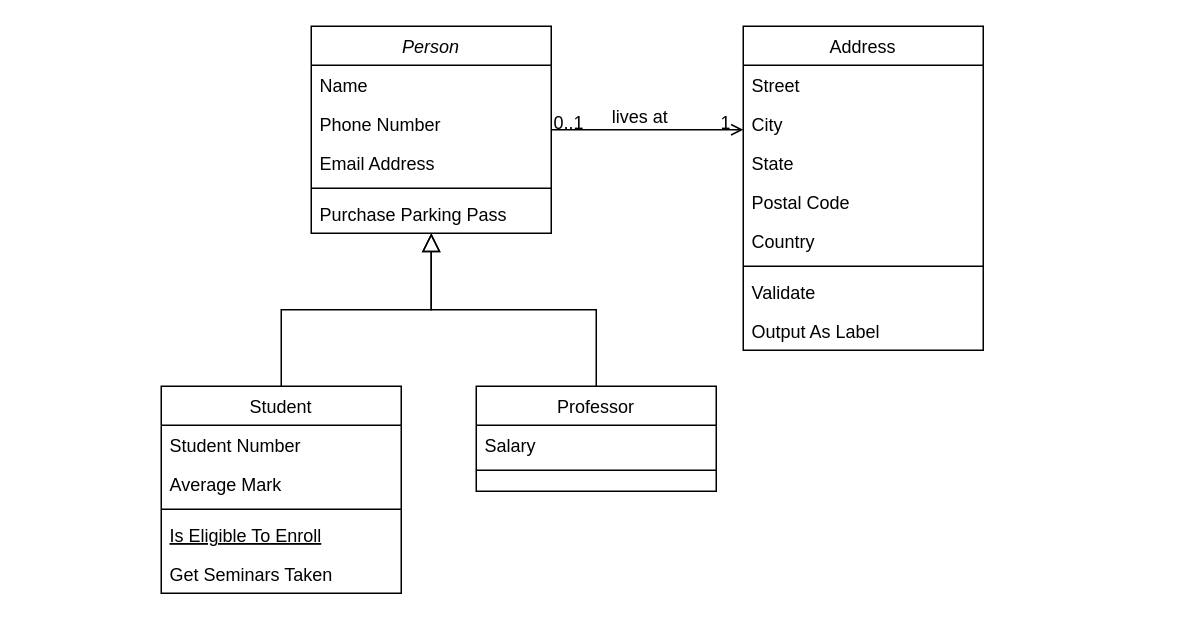
This is Untitled Diagram.drawio from MunteanRadu/EMSAppBackend, a draw.io file, before an edit. Source tidied: cells renumbered, new cells numbered last; positions are measured from the earlier drawing's top-left corner, leaving out a move shared by most shapes. Both pictures are drawn from the tidied source at 150%, with x=0, y=0 at pixel (160, 26).
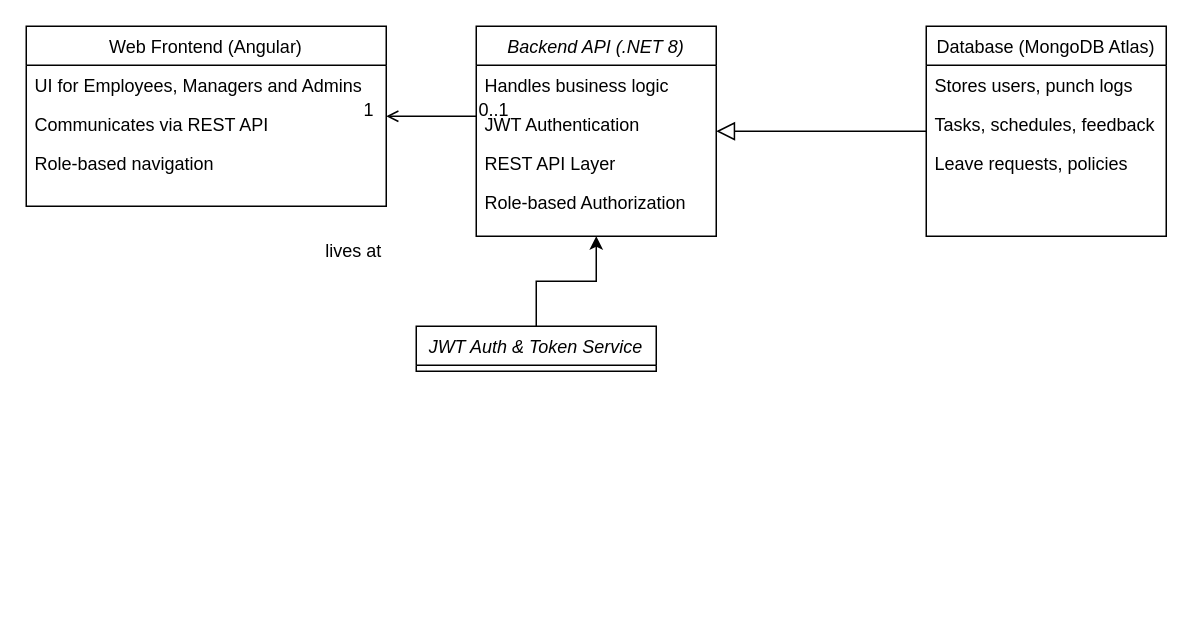
After the change.

What changed in the source:
```diff
@@
-    <mxCell id="2" value="Person" style="swimlane;fontStyle=2;align=center;verticalAlign=top;horizontal=1;startSize=26;rounded=0;shadow=0;strokeWidth=1;" parent="1" vertex="1">
-      <mxGeometry x="100" width="160" height="138" as="geometry" />
+    <mxCell id="2" value="Backend API (.NET 8)" style="swimlane;fontStyle=2;align=center;verticalAlign=top;horizontal=1;startSize=26;rounded=0;shadow=0;strokeWidth=1;" parent="1" vertex="1">
+      <mxGeometry x="210" width="160" height="140" as="geometry" />
     </mxCell>
-    <mxCell id="3" value="Name" style="text;align=left;verticalAlign=top;spacingLeft=4;spacingRight=4;overflow=hidden;" parent="2" vertex="1">
+    <mxCell id="3" value="Handles business logic" style="text;align=left;verticalAlign=top;spacingLeft=4;spacingRight=4;overflow=hidden;" parent="2" vertex="1">
       <mxGeometry y="26" width="160" height="26" as="geometry" />
     </mxCell>
-    <mxCell id="4" value="Phone Number" style="text;align=left;verticalAlign=top;spacingLeft=4;spacingRight=4;overflow=hidden;rounded=0;shadow=0;html=0;" parent="2" vertex="1">
+    <mxCell id="4" value="JWT Authentication" style="text;align=left;verticalAlign=top;spacingLeft=4;spacingRight=4;overflow=hidden;rounded=0;shadow=0;html=0;" parent="2" vertex="1">
       <mxGeometry y="52" width="160" height="26" as="geometry" />
     </mxCell>
+    <mxCell id="32" value="REST API Layer" style="text;align=left;verticalAlign=top;spacingLeft=4;spacingRight=4;overflow=hidden;rounded=0;shadow=0;html=0;" parent="2" vertex="1">
+      <mxGeometry y="78" width="160" height="26" as="geometry" />
+    </mxCell>
-    <mxCell id="5" value="Email Address" style="text;align=left;verticalAlign=top;spacingLeft=4;spacingRight=4;overflow=hidden;rounded=0;shadow=0;html=0;" parent="2" vertex="1">
-      <mxGeometry y="78" width="160" height="26" as="geometry" />
+    <mxCell id="5" value="Role-based Authorization" style="text;align=left;verticalAlign=top;spacingLeft=4;spacingRight=4;overflow=hidden;rounded=0;shadow=0;html=0;" parent="2" vertex="1">
+      <mxGeometry y="104" width="160" height="26" as="geometry" />
     </mxCell>
-    <mxCell id="6" style="line;html=1;strokeWidth=1;align=left;verticalAlign=middle;spacingTop=-1;spacingLeft=3;spacingRight=3;labelPosition=right;" parent="2" vertex="1">
-      <mxGeometry y="104" width="160" height="8" as="geometry" />
-    </mxCell>
-    <mxCell id="7" value="Purchase Parking Pass" style="text;align=left;verticalAlign=top;spacingLeft=4;spacingRight=4;overflow=hidden;" parent="2" vertex="1">
-      <mxGeometry y="112" width="160" height="26" as="geometry" />
-    </mxCell>
-    <mxCell id="8" value="Student" style="swimlane;fontStyle=0;align=center;verticalAlign=top;horizontal=1;startSize=26;rounded=0;shadow=0;strokeWidth=1;" parent="1" vertex="1">
-      <mxGeometry y="240" width="160" height="138" as="geometry" />
+    <mxCell id="8" value="Database (MongoDB Atlas)" style="swimlane;fontStyle=0;align=center;verticalAlign=top;horizontal=1;startSize=26;rounded=0;shadow=0;strokeWidth=1;" parent="1" vertex="1">
+      <mxGeometry x="510" width="160" height="140" as="geometry" />
     </mxCell>
-    <mxCell id="9" value="Student Number" style="text;align=left;verticalAlign=top;spacingLeft=4;spacingRight=4;overflow=hidden;" parent="8" vertex="1">
+    <mxCell id="9" value="Stores users, punch logs" style="text;align=left;verticalAlign=top;spacingLeft=4;spacingRight=4;overflow=hidden;" parent="8" vertex="1">
       <mxGeometry y="26" width="160" height="26" as="geometry" />
     </mxCell>
-    <mxCell id="10" value="Average Mark" style="text;align=left;verticalAlign=top;spacingLeft=4;spacingRight=4;overflow=hidden;rounded=0;shadow=0;html=0;" parent="8" vertex="1">
+    <mxCell id="10" value="Tasks, schedules, feedback" style="text;align=left;verticalAlign=top;spacingLeft=4;spacingRight=4;overflow=hidden;rounded=0;shadow=0;html=0;" parent="8" vertex="1">
       <mxGeometry y="52" width="160" height="26" as="geometry" />
     </mxCell>
-    <mxCell id="11" style="line;html=1;strokeWidth=1;align=left;verticalAlign=middle;spacingTop=-1;spacingLeft=3;spacingRight=3;labelPosition=right;" parent="8" vertex="1">
-      <mxGeometry y="78" width="160" height="8" as="geometry" />
-    </mxCell>
-    <mxCell id="12" value="Is Eligible To Enroll" style="text;align=left;verticalAlign=top;spacingLeft=4;spacingRight=4;overflow=hidden;fontStyle=4;" parent="8" vertex="1">
-      <mxGeometry y="86" width="160" height="26" as="geometry" />
-    </mxCell>
-    <mxCell id="13" value="Get Seminars Taken" style="text;align=left;verticalAlign=top;spacingLeft=4;spacingRight=4;overflow=hidden;" parent="8" vertex="1">
-      <mxGeometry y="112" width="160" height="26" as="geometry" />
-    </mxCell>
+    <mxCell id="33" value="Leave requests, policies" style="text;align=left;verticalAlign=top;spacingLeft=4;spacingRight=4;overflow=hidden;rounded=0;shadow=0;html=0;" parent="8" vertex="1">
+      <mxGeometry y="78" width="160" height="26" as="geometry" />
+    </mxCell>
@@
-    <mxCell id="15" value="Professor" style="swimlane;fontStyle=0;align=center;verticalAlign=top;horizontal=1;startSize=26;rounded=0;shadow=0;strokeWidth=1;" parent="1" vertex="1">
-      <mxGeometry x="210" y="240" width="160" height="70" as="geometry" />
-    </mxCell>
-    <mxCell id="16" value="Salary" style="text;align=left;verticalAlign=top;spacingLeft=4;spacingRight=4;overflow=hidden;" parent="15" vertex="1">
-      <mxGeometry y="26" width="160" height="26" as="geometry" />
-    </mxCell>
-    <mxCell id="17" style="line;html=1;strokeWidth=1;align=left;verticalAlign=middle;spacingTop=-1;spacingLeft=3;spacingRight=3;labelPosition=right;" parent="15" vertex="1">
-      <mxGeometry y="52" width="160" height="8" as="geometry" />
-    </mxCell>
-    <mxCell id="18" style="endArrow=block;endSize=10;endFill=0;shadow=0;strokeWidth=1;rounded=0;curved=0;edgeStyle=elbowEdgeStyle;elbow=vertical;" parent="1" edge="1" source="15" target="2">
-      <mxGeometry relative="1" as="geometry" />
-    </mxCell>
-    <mxCell id="19" value="Address" style="swimlane;fontStyle=0;align=center;verticalAlign=top;horizontal=1;startSize=26;rounded=0;shadow=0;strokeWidth=1;" parent="1" vertex="1">
-      <mxGeometry x="388" width="160" height="216" as="geometry" />
+    <mxCell id="19" value="Web Frontend (Angular)" style="swimlane;fontStyle=0;align=center;verticalAlign=top;horizontal=1;startSize=26;rounded=0;shadow=0;strokeWidth=1;" parent="1" vertex="1">
+      <mxGeometry x="-90" width="240" height="120" as="geometry" />
     </mxCell>
-    <mxCell id="20" value="Street" style="text;align=left;verticalAlign=top;spacingLeft=4;spacingRight=4;overflow=hidden;" parent="19" vertex="1">
-      <mxGeometry y="26" width="160" height="26" as="geometry" />
+    <mxCell id="20" value="UI for Employees, Managers and Admins&#10;" style="text;align=left;verticalAlign=top;spacingLeft=4;spacingRight=4;overflow=hidden;" parent="19" vertex="1">
+      <mxGeometry y="26" width="240" height="26" as="geometry" />
     </mxCell>
-    <mxCell id="21" value="City" style="text;align=left;verticalAlign=top;spacingLeft=4;spacingRight=4;overflow=hidden;rounded=0;shadow=0;html=0;" parent="19" vertex="1">
-      <mxGeometry y="52" width="160" height="26" as="geometry" />
-    </mxCell>
-    <mxCell id="22" value="State" style="text;align=left;verticalAlign=top;spacingLeft=4;spacingRight=4;overflow=hidden;rounded=0;shadow=0;html=0;" parent="19" vertex="1">
-      <mxGeometry y="78" width="160" height="26" as="geometry" />
+    <mxCell id="22" value="Communicates via REST API" style="text;align=left;verticalAlign=top;spacingLeft=4;spacingRight=4;overflow=hidden;rounded=0;shadow=0;html=0;" parent="19" vertex="1">
+      <mxGeometry y="52" width="240" height="26" as="geometry" />
     </mxCell>
-    <mxCell id="23" value="Postal Code" style="text;align=left;verticalAlign=top;spacingLeft=4;spacingRight=4;overflow=hidden;rounded=0;shadow=0;html=0;" parent="19" vertex="1">
-      <mxGeometry y="104" width="160" height="26" as="geometry" />
+    <mxCell id="23" value="Role-based navigation" style="text;align=left;verticalAlign=top;spacingLeft=4;spacingRight=4;overflow=hidden;rounded=0;shadow=0;html=0;" parent="19" vertex="1">
+      <mxGeometry y="78" width="240" height="26" as="geometry" />
     </mxCell>
-    <mxCell id="24" value="Country" style="text;align=left;verticalAlign=top;spacingLeft=4;spacingRight=4;overflow=hidden;rounded=0;shadow=0;html=0;" parent="19" vertex="1">
-      <mxGeometry y="130" width="160" height="26" as="geometry" />
-    </mxCell>
-    <mxCell id="25" style="line;html=1;strokeWidth=1;align=left;verticalAlign=middle;spacingTop=-1;spacingLeft=3;spacingRight=3;labelPosition=right;" parent="19" vertex="1">
-      <mxGeometry y="156" width="160" height="8" as="geometry" />
-    </mxCell>
-    <mxCell id="26" value="Validate" style="text;align=left;verticalAlign=top;spacingLeft=4;spacingRight=4;overflow=hidden;" parent="19" vertex="1">
-      <mxGeometry y="164" width="160" height="26" as="geometry" />
-    </mxCell>
-    <mxCell id="27" value="Output As Label" style="text;align=left;verticalAlign=top;spacingLeft=4;spacingRight=4;overflow=hidden;" parent="19" vertex="1">
-      <mxGeometry y="190" width="160" height="26" as="geometry" />
-    </mxCell>
@@
+    <mxCell id="34" style="edgeStyle=orthogonalEdgeStyle;rounded=0;jettySize=auto;html=1;entryX=0.5;entryY=1;entryDx=0;entryDy=0;" parent="1" edge="1" source="35" target="2">
+      <mxGeometry relative="1" as="geometry" />
+    </mxCell>
+    <mxCell id="35" value="JWT Auth &amp; Token Service" style="swimlane;fontStyle=2;align=center;verticalAlign=top;horizontal=1;startSize=26;rounded=0;shadow=0;strokeWidth=1;" parent="1" vertex="1">
+      <mxGeometry x="170" y="200" width="160" height="30" as="geometry" />
+    </mxCell>
```
